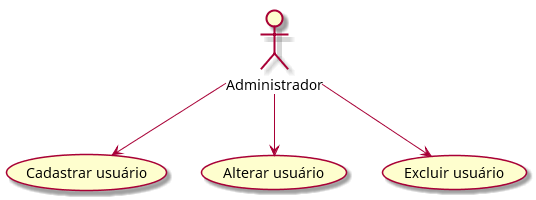
Before: modelagem/lcmuniz/diagrama de caso de uso/uc3.png, a diagram exported from PlantUML (pablotdurans/EngSoft2018). Source of this version:
```plantuml
@startuml

Administrador --> (Cadastrar usuário)

Administrador --> (Alterar usuário)

Administrador --> (Excluir usuário)


@enduml
```
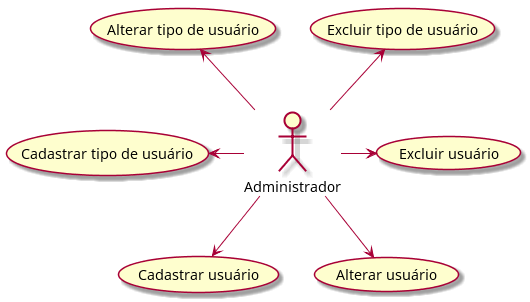
The same file after the commit.

Diff of the diagram source:
```diff
@@ -4,7 +4,12 @@
 
 Administrador --> (Alterar usuário)
 
-Administrador --> (Excluir usuário)
+Administrador -> (Excluir usuário)
 
+(Cadastrar tipo de usuário) <- Administrador
+
+(Alterar tipo de usuário) <-- Administrador
+
+(Excluir tipo de usuário) <-- Administrador
 
 @enduml
```
